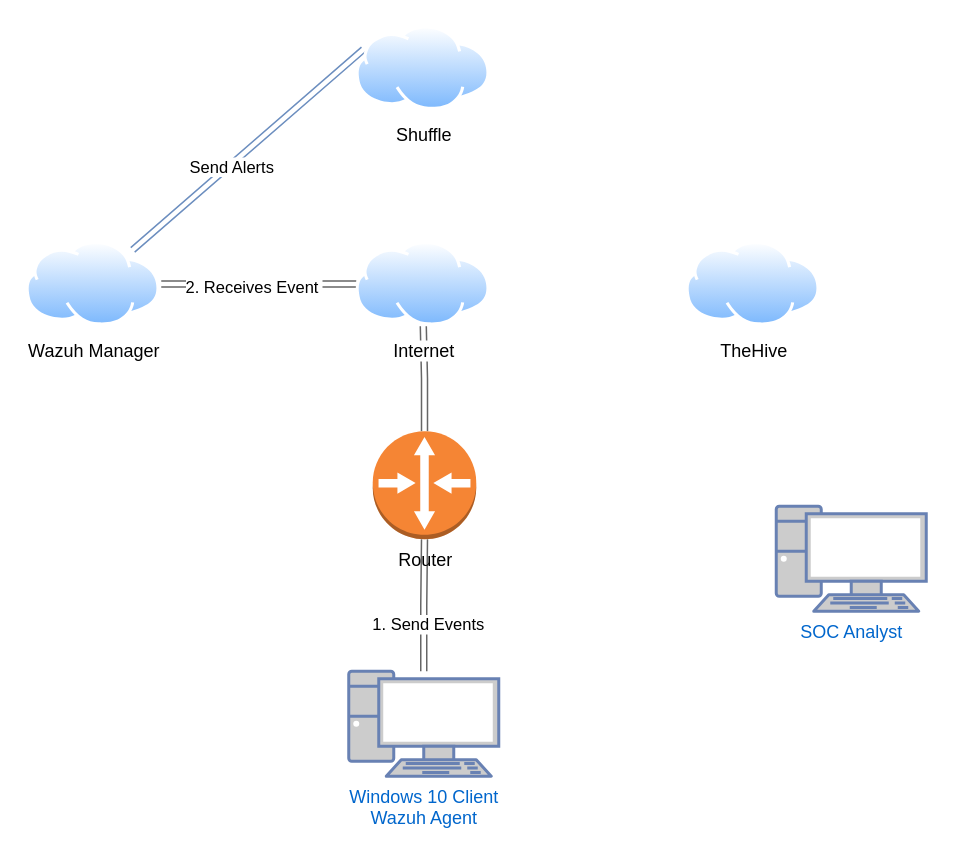
Earlier version of the draw.io diagram Untitled Diagram.drawio (Haynes013/PortfolioWebsite). Source tidied: cells renumbered, new cells numbered last; positions are measured from the earlier drawing's top-left corner, leaving out a move shared by most shapes. Both pictures are drawn from the tidied source at 150%, with x=0, y=0 at pixel (26, 26).
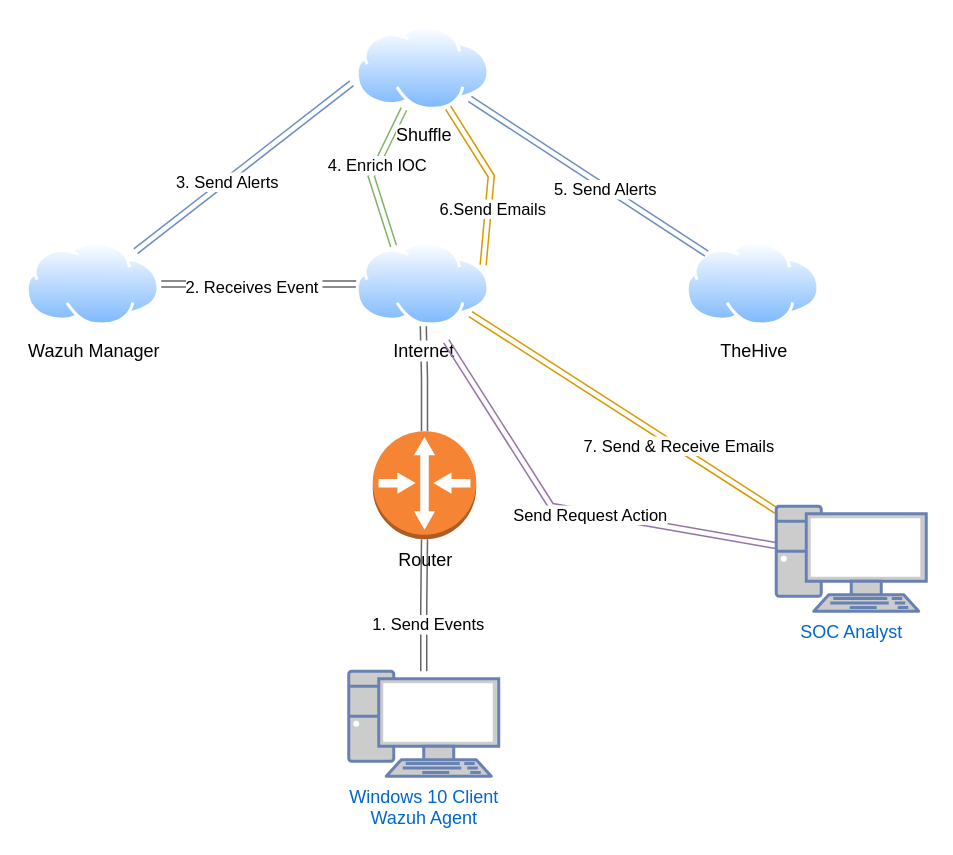
The same diagram, later.

Commit message:
Updated More Action On Diagram

Unchanged cells that the change refers to:
```xml
<mxCell id="9" value="Internet" style="image;perimeter=ellipsePerimeter;html=1;align=center;shadow=0;dashed=0;spacingTop=3;image=img/lib/active_directory/internet_cloud.svg;" parent="1" vertex="1">
  <mxGeometry x="220" y="143.7" width="89.4" height="56.3" as="geometry" />
</mxCell>
<mxCell id="12" value="Wazuh Manager" style="image;perimeter=ellipsePerimeter;html=1;align=center;shadow=0;dashed=0;spacingTop=3;image=img/lib/active_directory/internet_cloud.svg;" parent="1" vertex="1">
  <mxGeometry y="143.7" width="89.4" height="56.3" as="geometry" />
</mxCell>
<mxCell id="13" value="TheHive" style="image;perimeter=ellipsePerimeter;html=1;align=center;shadow=0;dashed=0;spacingTop=3;image=img/lib/active_directory/internet_cloud.svg;" parent="1" vertex="1">
  <mxGeometry x="440" y="143.7" width="89.4" height="56.3" as="geometry" />
</mxCell>
<mxCell id="14" value="Shuffle" style="image;perimeter=ellipsePerimeter;html=1;align=center;shadow=0;dashed=0;spacingTop=3;image=img/lib/active_directory/internet_cloud.svg;" parent="1" vertex="1">
  <mxGeometry x="220" width="89.4" height="56.3" as="geometry" />
</mxCell>
<mxCell id="15" value="SOC Analyst" style="fontColor=#0066CC;verticalAlign=top;verticalLabelPosition=bottom;labelPosition=center;align=center;html=1;outlineConnect=0;fillColor=#CCCCCC;strokeColor=#6881B3;gradientColor=none;gradientDirection=north;strokeWidth=2;shape=mxgraph.networks.pc;" parent="1" vertex="1">
  <mxGeometry x="500" y="320" width="100" height="70" as="geometry" />
</mxCell>
```

The edit, as a diff of the source:
```diff
@@
-    <mxCell id="10" style="rounded=0;jettySize=auto;html=1;entryX=0;entryY=0.25;entryDx=0;entryDy=0;shape=link;fillColor=#dae8fc;strokeColor=#6c8ebf;" parent="1" edge="1" source="12" target="14">
+    <mxCell id="10" style="rounded=0;jettySize=auto;html=1;entryX=-0.034;entryY=0.675;entryDx=0;entryDy=0;shape=link;fillColor=#dae8fc;strokeColor=#6c8ebf;entryPerimeter=0;" parent="1" edge="1" source="12" target="14">
       <mxGeometry relative="1" as="geometry" />
     </mxCell>
-    <mxCell id="11" value="Send Alerts" style="edgeLabel;html=1;align=center;verticalAlign=middle;" parent="10" vertex="1">
+    <mxCell id="11" value="3. Send Alerts" style="edgeLabel;html=1;align=center;verticalAlign=middle;" parent="10" vertex="1">
       <mxGeometry x="-0.17" relative="1" as="geometry">
         <mxPoint x="1" as="offset" />
       </mxGeometry>
     </mxCell>
@@
+    <mxCell id="16" style="rounded=0;jettySize=auto;html=1;entryX=0.25;entryY=0;entryDx=0;entryDy=0;fillColor=#d5e8d4;strokeColor=#82b366;shape=link;" parent="1" edge="1" source="14" target="9">
+      <mxGeometry relative="1" as="geometry">
+        <Array as="points">
+          <mxPoint x="230" y="100" />
+        </Array>
+      </mxGeometry>
+    </mxCell>
+    <mxCell id="17" value="4. Enrich IOC" style="edgeLabel;html=1;align=center;verticalAlign=middle;" parent="16" vertex="1">
+      <mxGeometry x="-0.16" relative="1" as="geometry" />
+    </mxCell>
+    <mxCell id="18" style="rounded=0;jettySize=auto;html=1;shape=link;fillColor=#dae8fc;strokeColor=#6c8ebf;" parent="1" edge="1" source="14" target="13">
+      <mxGeometry relative="1" as="geometry" />
+    </mxCell>
+    <mxCell id="19" value="5. Send Alerts" style="edgeLabel;html=1;align=center;verticalAlign=middle;" parent="18" vertex="1">
+      <mxGeometry x="0.15" y="-1" relative="1" as="geometry" />
+    </mxCell>
+    <mxCell id="20" style="rounded=0;jettySize=auto;html=1;entryX=1;entryY=0.25;entryDx=0;entryDy=0;shape=link;fillColor=#ffe6cc;strokeColor=#d79b00;" parent="1" edge="1" source="14" target="9">
+      <mxGeometry relative="1" as="geometry">
+        <Array as="points">
+          <mxPoint x="310" y="100" />
+        </Array>
+      </mxGeometry>
+    </mxCell>
+    <mxCell id="21" value="6.Send Emails" style="edgeLabel;html=1;align=center;verticalAlign=middle;" parent="20" vertex="1">
+      <mxGeometry x="0.33" y="2" relative="1" as="geometry" />
+    </mxCell>
@@
+    <mxCell id="22" style="rounded=0;jettySize=auto;html=1;entryX=1;entryY=1;entryDx=0;entryDy=0;fillColor=#ffe6cc;strokeColor=#d79b00;shape=link;" parent="1" edge="1" source="15" target="9">
+      <mxGeometry relative="1" as="geometry" />
+    </mxCell>
+    <mxCell id="23" value="7. Send &amp;amp; Receive Emails" style="edgeLabel;html=1;align=center;verticalAlign=middle;" parent="22" vertex="1">
+      <mxGeometry x="-0.35" y="-1" relative="1" as="geometry" />
+    </mxCell>
+    <mxCell id="24" style="rounded=0;jettySize=auto;html=1;fillColor=#e1d5e7;strokeColor=#9673a6;shape=link;" parent="1" edge="1" source="15">
+      <mxGeometry relative="1" as="geometry">
+        <mxPoint x="280" y="210" as="targetPoint" />
+        <Array as="points">
+          <mxPoint x="350" y="320" />
+        </Array>
+      </mxGeometry>
+    </mxCell>
+    <mxCell id="25" value="Send Request Action" style="edgeLabel;html=1;align=center;verticalAlign=middle;" parent="24" vertex="1">
+      <mxGeometry x="-0.11" y="1" relative="1" as="geometry" />
+    </mxCell>
```
